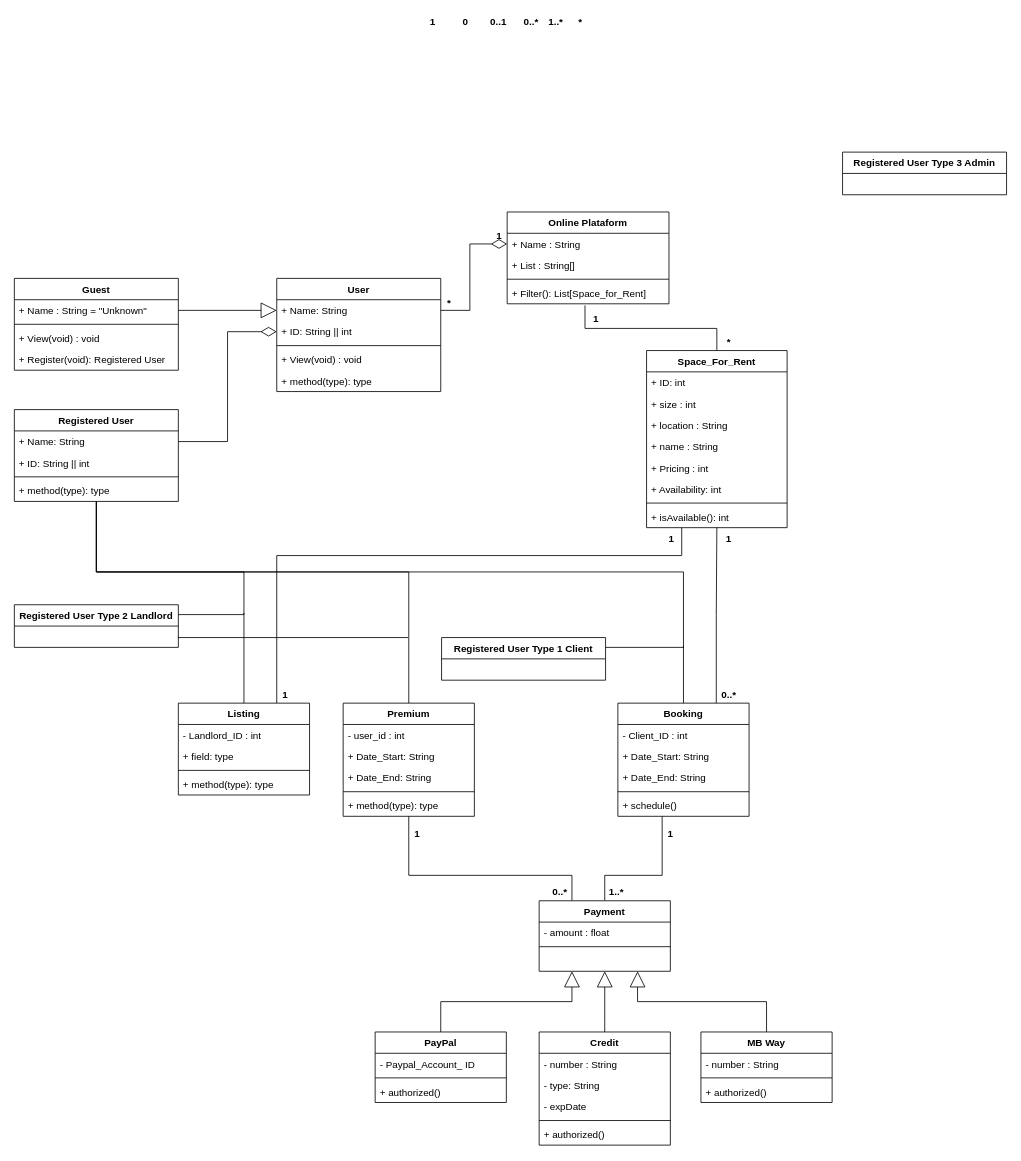
This is page "Class Diagram" (3 of 3) of documentation/elaboration/models - Copy.drawio from DavidAraujo98/CoworkClub, a draw.io file, before an edit. Source tidied: cells renumbered, new cells numbered last; positions are measured from the earlier drawing's top-left corner, leaving out a move shared by most shapes. Both pictures are drawn from the tidied source at 82%, with x=0, y=0 at pixel (14, 14).
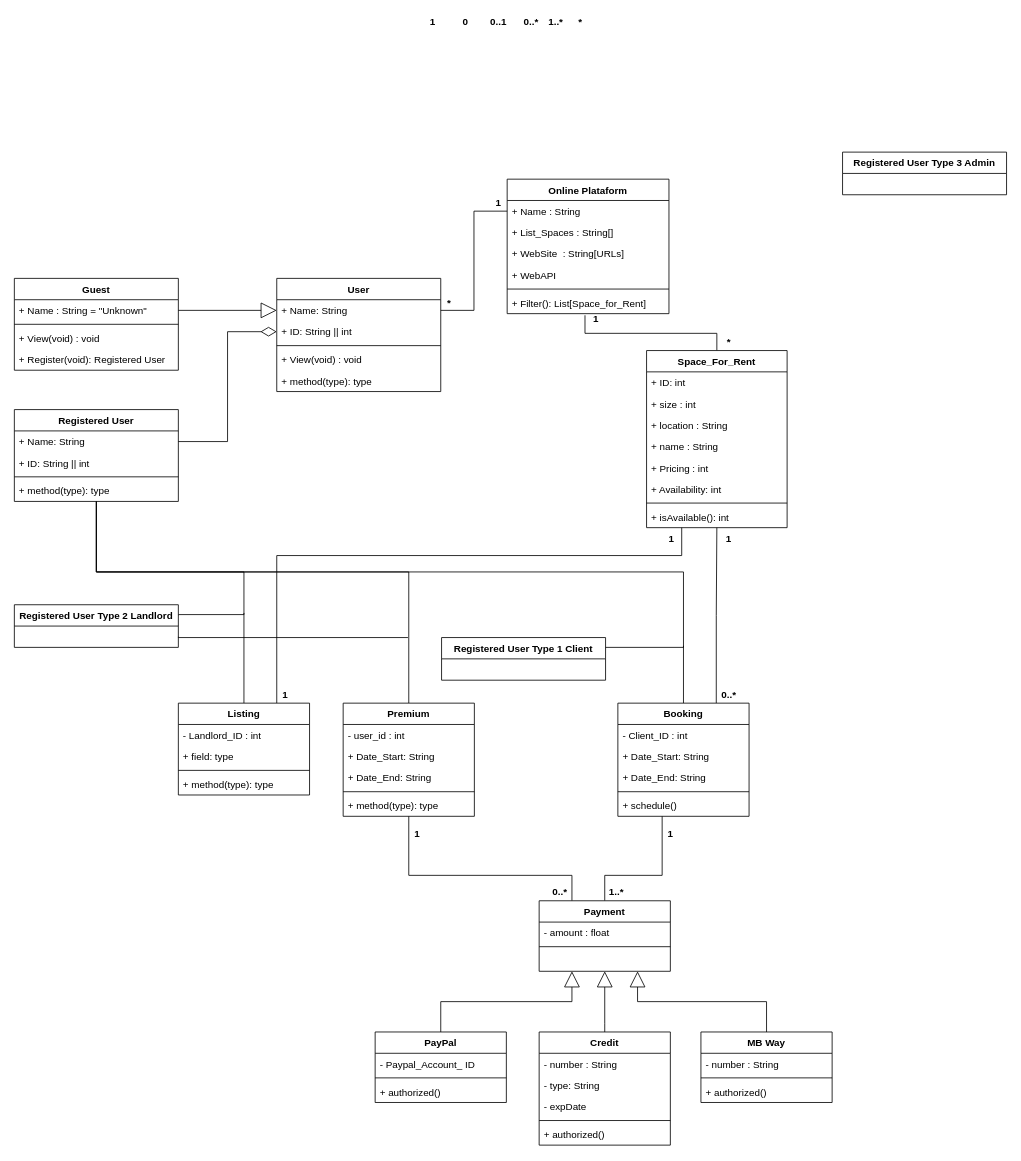
After the change.

The change refers to these unchanged cells:
```xml
<mxCell id="3" value="+ Name: String" style="text;strokeColor=none;fillColor=none;align=left;verticalAlign=top;spacingLeft=4;spacingRight=4;overflow=hidden;points=[[0,0.5],[1,0.5]];portConstraint=eastwest;" parent="2" vertex="1">
  <mxGeometry y="26" width="200" height="26" as="geometry" />
</mxCell>
<mxCell id="23" value="+ Name : String" style="text;strokeColor=none;fillColor=none;align=left;verticalAlign=top;spacingLeft=4;spacingRight=4;overflow=hidden;points=[[0,0.5],[1,0.5]];portConstraint=eastwest;" parent="22" vertex="1">
  <mxGeometry y="26" width="197.3" height="26" as="geometry" />
</mxCell>
```

Change to the diagram source:
```diff
@@
     <mxCell id="22" value="Online Plataform" style="swimlane;fontStyle=1;align=center;verticalAlign=top;horizontal=1;startSize=26;" parent="1" vertex="1">
-      <mxGeometry x="601" y="241" width="197.3" height="112" as="geometry" />
+      <mxGeometry x="601" y="201" width="197.3" height="164" as="geometry" />
     </mxCell>
@@
-    <mxCell id="24" value="+ List : String[]" style="text;strokeColor=none;fillColor=none;align=left;verticalAlign=top;spacingLeft=4;spacingRight=4;overflow=hidden;" parent="22" vertex="1">
+    <mxCell id="24" value="+ List_Spaces : String[]" style="text;strokeColor=none;fillColor=none;align=left;verticalAlign=top;spacingLeft=4;spacingRight=4;overflow=hidden;" parent="22" vertex="1">
       <mxGeometry y="52" width="197.3" height="26" as="geometry" />
     </mxCell>
+    <mxCell id="109" value="+ WebSite  : String[URLs]" style="text;strokeColor=none;fillColor=none;align=left;verticalAlign=top;spacingLeft=4;spacingRight=4;overflow=hidden;" parent="22" vertex="1">
+      <mxGeometry y="78" width="197.3" height="26" as="geometry" />
+    </mxCell>
+    <mxCell id="110" value="+ WebAPI  " style="text;strokeColor=none;fillColor=none;align=left;verticalAlign=top;spacingLeft=4;spacingRight=4;overflow=hidden;" parent="22" vertex="1">
+      <mxGeometry y="104" width="197.3" height="26" as="geometry" />
+    </mxCell>
     <mxCell id="25" style="line;strokeWidth=1;fillColor=none;align=left;verticalAlign=middle;spacingTop=-1;spacingLeft=3;spacingRight=3;labelPosition=right;" parent="22" vertex="1">
-      <mxGeometry y="78" width="197.3" height="8" as="geometry" />
+      <mxGeometry y="130" width="197.3" height="8" as="geometry" />
     </mxCell>
     <mxCell id="26" value="+ Filter(): List[Space_for_Rent]" style="text;strokeColor=none;fillColor=none;align=left;verticalAlign=top;spacingLeft=4;spacingRight=4;overflow=hidden;points=[[0,0.5],[1,0.5]];portConstraint=eastwest;" parent="22" vertex="1">
-      <mxGeometry y="86" width="197.3" height="26" as="geometry" />
+      <mxGeometry y="138" width="197.3" height="26" as="geometry" />
     </mxCell>
@@
-    <mxCell id="51" style="edgeStyle=orthogonalEdgeStyle;rounded=0;jettySize=auto;html=1;exitX=1;exitY=0.5;exitDx=0;exitDy=0;entryX=0;entryY=0.5;entryDx=0;entryDy=0;endArrow=diamondThin;endFill=0;endSize=17;" parent="1" edge="1" source="3" target="23">
+    <mxCell id="51" style="edgeStyle=orthogonalEdgeStyle;rounded=0;jettySize=auto;html=1;exitX=1;exitY=0.5;exitDx=0;exitDy=0;entryX=0;entryY=0.5;entryDx=0;entryDy=0;endArrow=none;endFill=0;endSize=17;" parent="1" edge="1" source="3" target="23">
       <mxGeometry relative="1" as="geometry" />
     </mxCell>
@@
     <mxCell id="58" value="&lt;b&gt;1&lt;/b&gt;" style="text;html=1;align=center;verticalAlign=middle;fillColor=none;strokeColor=none;rounded=0;" parent="1" vertex="1">
-      <mxGeometry x="581" y="261" width="20" height="20" as="geometry" />
+      <mxGeometry x="580" y="220" width="20" height="20" as="geometry" />
     </mxCell>
```
